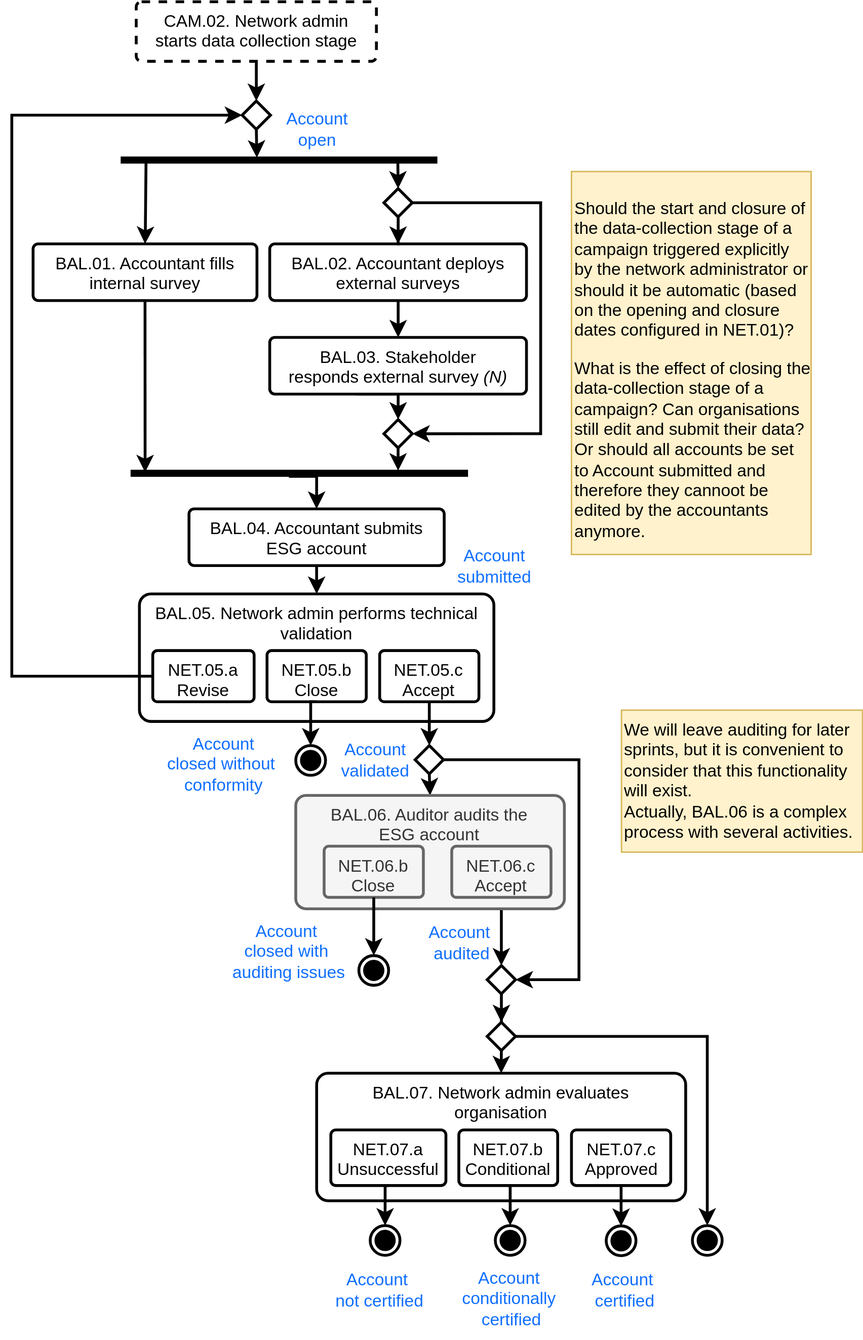
The draw.io diagram Process/ProcessACC.svg in Show-your-Heart/ShowYourHeart-docs, before a commit. Source tidied: cells renumbered, new cells last; positions are measured from the earlier drawing's top-left corner, leaving out a move shared by most shapes.
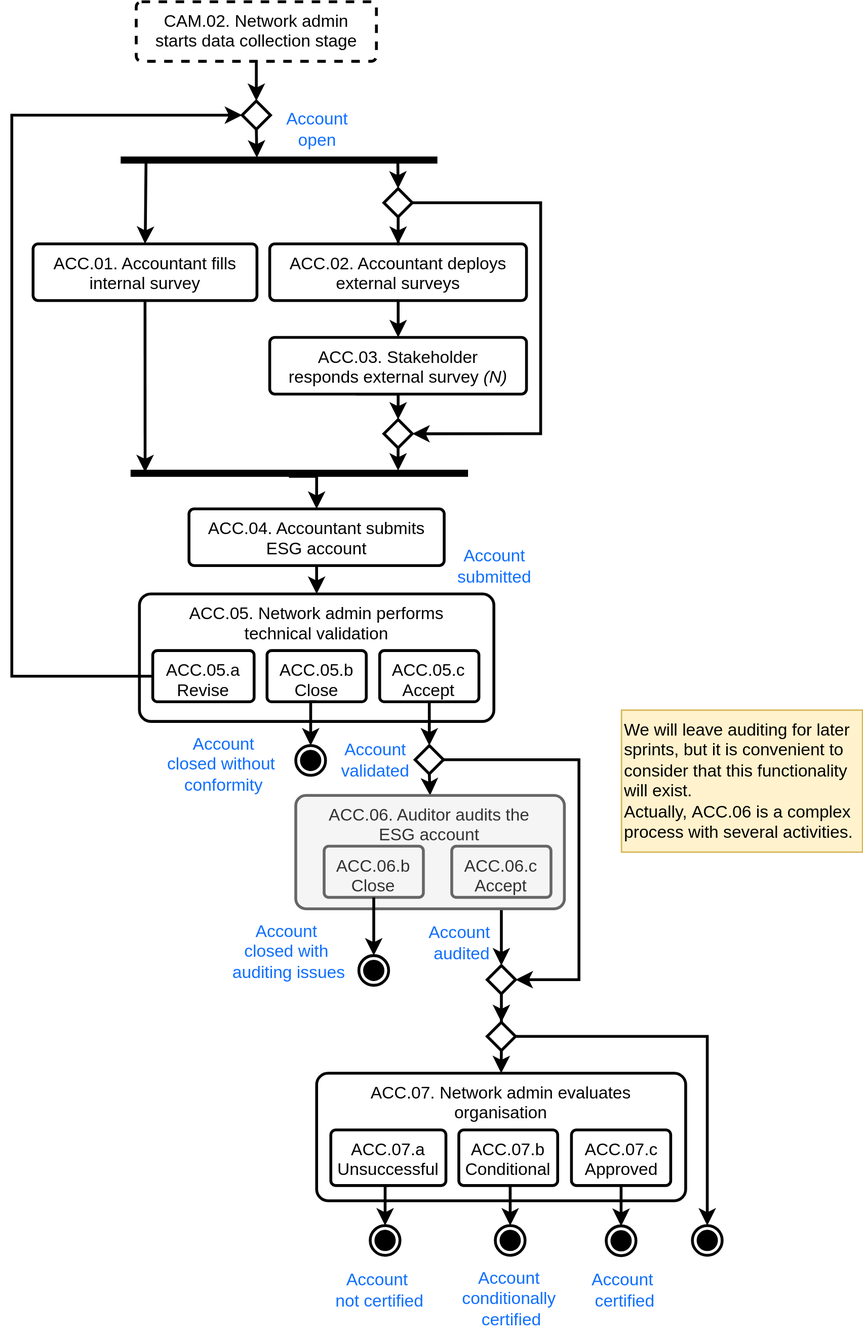
After the commit.

What changed in the source:
```diff
@@ -5,7 +5,7 @@
     <mxCell id="2" style="edgeStyle=none;rounded=0;jettySize=auto;html=1;entryX=0.5;entryY=0;entryDx=0;entryDy=0;strokeWidth=2;exitX=0.5;exitY=1;exitDx=0;exitDy=0;" parent="1" edge="1" source="7" target="3">
       <mxGeometry relative="1" as="geometry" />
     </mxCell>
-    <mxCell id="3" value="BAL.05. Network admin performs technical validation" style="rounded=1;whiteSpace=wrap;html=1;shadow=0;verticalAlign=top;spacingLeft=10;spacingRight=10;arcSize=9;strokeWidth=2;" parent="1" vertex="1">
+    <mxCell id="3" value="ACC.05. Network admin performs technical validation" style="rounded=1;whiteSpace=wrap;html=1;shadow=0;verticalAlign=top;spacingLeft=10;spacingRight=10;arcSize=9;strokeWidth=2;" parent="1" vertex="1">
       <mxGeometry x="90" y="417.8" width="250" height="90" as="geometry" />
     </mxCell>
     <mxCell id="4" style="rounded=0;jumpStyle=sharp;jettySize=auto;html=1;exitX=0.5;exitY=1;exitDx=0;exitDy=0;entryX=0.16;entryY=0.57;entryDx=0;entryDy=0;strokeWidth=2;entryPerimeter=0;" parent="1" edge="1" source="37" target="10">
@@ -14,10 +14,10 @@
     <mxCell id="5" style="edgeStyle=orthogonalEdgeStyle;rounded=0;jettySize=auto;html=1;strokeWidth=2;" parent="1" edge="1" source="6" target="21">
       <mxGeometry relative="1" as="geometry" />
     </mxCell>
-    <mxCell id="6" value="BAL.02. Accountant deploys external surveys" style="rounded=1;whiteSpace=wrap;html=1;shadow=0;verticalAlign=top;spacingLeft=10;spacingRight=10;arcSize=9;strokeWidth=2;" parent="1" vertex="1">
+    <mxCell id="6" value="ACC.02. Accountant deploys external surveys" style="rounded=1;whiteSpace=wrap;html=1;shadow=0;verticalAlign=top;spacingLeft=10;spacingRight=10;arcSize=9;strokeWidth=2;" parent="1" vertex="1">
       <mxGeometry x="181.9" y="170.8" width="181.1" height="40" as="geometry" />
     </mxCell>
-    <mxCell id="7" value="BAL.04. Accountant submits ESG account" style="rounded=1;whiteSpace=wrap;html=1;shadow=0;verticalAlign=top;spacingLeft=10;spacingRight=10;arcSize=9;strokeWidth=2;" parent="1" vertex="1">
+    <mxCell id="7" value="ACC.04. Accountant submits ESG account" style="rounded=1;whiteSpace=wrap;html=1;shadow=0;verticalAlign=top;spacingLeft=10;spacingRight=10;arcSize=9;strokeWidth=2;" parent="1" vertex="1">
       <mxGeometry x="125" y="357.8" width="180" height="40" as="geometry" />
     </mxCell>
     <mxCell id="8" style="edgeStyle=orthogonalEdgeStyle;rounded=0;jumpStyle=sharp;jettySize=auto;html=1;exitX=0.5;exitY=1;exitDx=0;exitDy=0;strokeWidth=2;entryX=0.359;entryY=0.957;entryDx=0;entryDy=0;entryPerimeter=0;" parent="1" edge="1" source="20" target="13">
@@ -65,15 +65,12 @@
         </Array>
       </mxGeometry>
     </mxCell>
-    <mxCell id="20" value="BAL.01. Accountant fills internal survey " style="rounded=1;whiteSpace=wrap;html=1;shadow=0;verticalAlign=top;spacingLeft=10;spacingRight=10;arcSize=9;strokeWidth=2;" parent="1" vertex="1">
+    <mxCell id="20" value="ACC.01. Accountant fills internal survey " style="rounded=1;whiteSpace=wrap;html=1;shadow=0;verticalAlign=top;spacingLeft=10;spacingRight=10;arcSize=9;strokeWidth=2;" parent="1" vertex="1">
       <mxGeometry x="15" y="170.8" width="157.9" height="40" as="geometry" />
     </mxCell>
-    <mxCell id="21" value="BAL.03. Stakeholder responds external survey &lt;i&gt;(N)&lt;/i&gt;" style="rounded=1;whiteSpace=wrap;html=1;shadow=0;verticalAlign=top;spacingLeft=10;spacingRight=10;arcSize=9;strokeWidth=2;" parent="1" vertex="1">
+    <mxCell id="21" value="ACC.03. Stakeholder responds external survey &lt;i&gt;(N)&lt;/i&gt;" style="rounded=1;whiteSpace=wrap;html=1;shadow=0;verticalAlign=top;spacingLeft=10;spacingRight=10;arcSize=9;strokeWidth=2;" parent="1" vertex="1">
       <mxGeometry x="181.9" y="236.8" width="181.1" height="40" as="geometry" />
     </mxCell>
-    <mxCell id="22" value="&lt;p&gt;Should the start and closure of the data-collection stage of a campaign triggered explicitly by the network administrator or should it be automatic (based on the opening and closure dates configured in NET.01)?&amp;nbsp;&lt;/p&gt;&lt;p&gt;What is the effect of closing the data-collection stage of a campaign? Can organisations still edit and submit their data? Or should all accounts be set to Account submitted and therefore they cannoot be edited by the accountants anymore. &lt;br&gt;&lt;/p&gt;" style="text;html=1;whiteSpace=wrap;overflow=hidden;rounded=0;fillColor=#fff2cc;strokeColor=#d6b656;" parent="1" vertex="1">
-      <mxGeometry x="394.7" y="119.8" width="169" height="270.2" as="geometry" />
-    </mxCell>
     <mxCell id="23" style="edgeStyle=orthogonalEdgeStyle;rounded=0;jumpStyle=sharp;jettySize=auto;html=1;entryX=0.5;entryY=0;entryDx=0;entryDy=0;startArrow=none;exitX=0.5;exitY=1;exitDx=0;exitDy=0;strokeWidth=2;" parent="1" edge="1" source="32" target="25">
       <mxGeometry relative="1" as="geometry" />
     </mxCell>
@@ -100,22 +97,22 @@
     <mxCell id="29" style="edgeStyle=orthogonalEdgeStyle;rounded=0;jumpStyle=sharp;jettySize=auto;html=1;exitX=0.5;exitY=1;exitDx=0;exitDy=0;strokeWidth=2;" parent="1" edge="1" source="26" target="54">
       <mxGeometry relative="1" as="geometry" />
     </mxCell>
-    <mxCell id="30" value="NET.05.a Revise" style="rounded=1;whiteSpace=wrap;html=1;shadow=0;verticalAlign=top;spacingLeft=10;spacingRight=10;arcSize=9;strokeWidth=2;" parent="1" vertex="1">
+    <mxCell id="30" value="ACC.05.a Revise" style="rounded=1;whiteSpace=wrap;html=1;shadow=0;verticalAlign=top;spacingLeft=10;spacingRight=10;arcSize=9;strokeWidth=2;" parent="1" vertex="1">
       <mxGeometry x="99.4" y="457.8" width="71.5" height="36.1" as="geometry" />
     </mxCell>
-    <mxCell id="31" value="NET.05.b&lt;div&gt;Close&lt;br&gt;&lt;/div&gt;" style="rounded=1;whiteSpace=wrap;html=1;shadow=0;verticalAlign=top;spacingLeft=10;spacingRight=10;arcSize=9;strokeWidth=2;" parent="1" vertex="1">
+    <mxCell id="31" value="ACC.05.b&lt;div&gt;Close&lt;br&gt;&lt;/div&gt;" style="rounded=1;whiteSpace=wrap;html=1;shadow=0;verticalAlign=top;spacingLeft=10;spacingRight=10;arcSize=9;strokeWidth=2;" parent="1" vertex="1">
       <mxGeometry x="180" y="457.8" width="70" height="36.1" as="geometry" />
     </mxCell>
-    <mxCell id="32" value="NET.05.c&lt;div&gt;Accept&lt;br&gt;&lt;/div&gt;" style="rounded=1;whiteSpace=wrap;html=1;shadow=0;verticalAlign=top;spacingLeft=10;spacingRight=10;arcSize=9;strokeWidth=2;" parent="1" vertex="1">
+    <mxCell id="32" value="ACC.05.c&lt;div&gt;Accept&lt;br&gt;&lt;/div&gt;" style="rounded=1;whiteSpace=wrap;html=1;shadow=0;verticalAlign=top;spacingLeft=10;spacingRight=10;arcSize=9;strokeWidth=2;" parent="1" vertex="1">
       <mxGeometry x="259.5" y="457.8" width="70" height="36.1" as="geometry" />
     </mxCell>
-    <mxCell id="33" value="BAL.06. Auditor audits the ESG account" style="rounded=1;whiteSpace=wrap;html=1;shadow=0;verticalAlign=top;spacingLeft=10;spacingRight=10;arcSize=9;strokeWidth=2;fillColor=#f5f5f5;fontColor=#333333;strokeColor=#666666;" parent="1" vertex="1">
+    <mxCell id="33" value="ACC.06. Auditor audits the ESG account" style="rounded=1;whiteSpace=wrap;html=1;shadow=0;verticalAlign=top;spacingLeft=10;spacingRight=10;arcSize=9;strokeWidth=2;fillColor=#f5f5f5;fontColor=#333333;strokeColor=#666666;" parent="1" vertex="1">
       <mxGeometry x="200.3" y="560" width="189.4" height="80" as="geometry" />
     </mxCell>
-    <mxCell id="34" value="NET.06.b&lt;div&gt;Close&lt;br&gt;&lt;/div&gt;" style="rounded=1;whiteSpace=wrap;html=1;shadow=0;verticalAlign=top;spacingLeft=10;spacingRight=10;arcSize=9;strokeWidth=2;fillColor=#f5f5f5;fontColor=#333333;strokeColor=#666666;" parent="1" vertex="1">
+    <mxCell id="34" value="ACC.06.b&lt;div&gt;Close&lt;br&gt;&lt;/div&gt;" style="rounded=1;whiteSpace=wrap;html=1;shadow=0;verticalAlign=top;spacingLeft=10;spacingRight=10;arcSize=9;strokeWidth=2;fillColor=#f5f5f5;fontColor=#333333;strokeColor=#666666;" parent="1" vertex="1">
       <mxGeometry x="220.3" y="595.8" width="70" height="36.1" as="geometry" />
     </mxCell>
-    <mxCell id="35" value="NET.06.c&lt;div&gt;Accept&lt;br&gt;&lt;/div&gt;" style="rounded=1;whiteSpace=wrap;html=1;shadow=0;verticalAlign=top;spacingLeft=10;spacingRight=10;arcSize=9;strokeWidth=2;fillColor=#f5f5f5;fontColor=#333333;strokeColor=#666666;" parent="1" vertex="1">
+    <mxCell id="35" value="ACC.06.c&lt;div&gt;Accept&lt;br&gt;&lt;/div&gt;" style="rounded=1;whiteSpace=wrap;html=1;shadow=0;verticalAlign=top;spacingLeft=10;spacingRight=10;arcSize=9;strokeWidth=2;fillColor=#f5f5f5;fontColor=#333333;strokeColor=#666666;" parent="1" vertex="1">
       <mxGeometry x="310.3" y="595.8" width="70" height="36.1" as="geometry" />
     </mxCell>
     <mxCell id="36" style="rounded=0;jumpStyle=sharp;jettySize=auto;html=1;exitX=0.5;exitY=1;exitDx=0;exitDy=0;entryX=0.5;entryY=0;entryDx=0;entryDy=0;strokeWidth=2;" parent="1" edge="1" source="67" target="37">
@@ -162,19 +159,19 @@
     <mxCell id="48" style="ellipse;html=1;shape=endState;fillColor=#000000;strokeColor=#000000;strokeWidth=2;" parent="1" vertex="1">
       <mxGeometry x="244.8" y="673" width="21" height="21" as="geometry" />
     </mxCell>
-    <mxCell id="49" value="BAL.07. Network admin evaluates organisation" style="rounded=1;whiteSpace=wrap;html=1;shadow=0;verticalAlign=top;spacingLeft=10;spacingRight=10;arcSize=9;strokeWidth=2;" parent="1" vertex="1">
+    <mxCell id="49" value="ACC.07. Network admin evaluates organisation" style="rounded=1;whiteSpace=wrap;html=1;shadow=0;verticalAlign=top;spacingLeft=10;spacingRight=10;arcSize=9;strokeWidth=2;" parent="1" vertex="1">
       <mxGeometry x="215" y="756" width="260.3" height="90" as="geometry" />
     </mxCell>
-    <mxCell id="50" value="NET.07.a Unsuccessful" style="rounded=1;whiteSpace=wrap;html=1;shadow=0;verticalAlign=top;spacingLeft=10;spacingRight=10;arcSize=9;strokeWidth=2;" parent="1" vertex="1">
+    <mxCell id="50" value="ACC.07.a Unsuccessful" style="rounded=1;whiteSpace=wrap;html=1;shadow=0;verticalAlign=top;spacingLeft=10;spacingRight=10;arcSize=9;strokeWidth=2;" parent="1" vertex="1">
       <mxGeometry x="225" y="796" width="81.2" height="39.2" as="geometry" />
     </mxCell>
-    <mxCell id="51" value="NET.07.b&lt;div&gt;Conditional&lt;/div&gt;" style="rounded=1;whiteSpace=wrap;html=1;shadow=0;verticalAlign=top;spacingLeft=10;spacingRight=10;arcSize=9;strokeWidth=2;" parent="1" vertex="1">
+    <mxCell id="51" value="ACC.07.b&lt;div&gt;Conditional&lt;/div&gt;" style="rounded=1;whiteSpace=wrap;html=1;shadow=0;verticalAlign=top;spacingLeft=10;spacingRight=10;arcSize=9;strokeWidth=2;" parent="1" vertex="1">
       <mxGeometry x="315.3" y="796" width="69.7" height="39.2" as="geometry" />
     </mxCell>
     <mxCell id="52" style="edgeStyle=orthogonalEdgeStyle;rounded=0;jettySize=auto;html=1;" parent="1" edge="1" source="53" target="61">
       <mxGeometry relative="1" as="geometry" />
     </mxCell>
-    <mxCell id="53" value="NET.07.c&lt;div&gt;Approved&lt;br&gt;&lt;/div&gt;" style="rounded=1;whiteSpace=wrap;html=1;shadow=0;verticalAlign=top;spacingLeft=10;spacingRight=10;arcSize=9;strokeWidth=2;" parent="1" vertex="1">
+    <mxCell id="53" value="ACC.07.c&lt;div&gt;Approved&lt;br&gt;&lt;/div&gt;" style="rounded=1;whiteSpace=wrap;html=1;shadow=0;verticalAlign=top;spacingLeft=10;spacingRight=10;arcSize=9;strokeWidth=2;" parent="1" vertex="1">
       <mxGeometry x="394.7" y="796" width="70" height="39.2" as="geometry" />
     </mxCell>
     <mxCell id="54" style="rhombus;whiteSpace=wrap;html=1;strokeWidth=2;" parent="1" vertex="1">
@@ -223,7 +220,7 @@
     <mxCell id="67" value="CAM.02.&amp;nbsp;Network admin starts data collection stage" style="rounded=1;whiteSpace=wrap;html=1;shadow=0;verticalAlign=top;spacingLeft=10;spacingRight=10;arcSize=9;strokeWidth=2;dashed=1;" parent="1" vertex="1">
       <mxGeometry x="87.8" width="169.4" height="42" as="geometry" />
     </mxCell>
-    <mxCell id="68" value="&lt;div&gt;We will leave auditing for later sprints, but it is convenient to consider that this functionality will exist.&lt;/div&gt;&lt;div&gt;Actually, BAL.06 is a complex process with several activities.&lt;br&gt;&lt;/div&gt;&lt;div&gt;&lt;br&gt;&lt;/div&gt;" style="text;html=1;whiteSpace=wrap;overflow=hidden;rounded=0;fillColor=#fff2cc;strokeColor=#d6b656;" parent="1" vertex="1">
+    <mxCell id="68" value="&lt;div&gt;We will leave auditing for later sprints, but it is convenient to consider that this functionality will exist.&lt;/div&gt;&lt;div&gt;Actually,&amp;nbsp;ACC.06 is a complex process with several activities.&lt;br&gt;&lt;/div&gt;&lt;div&gt;&lt;br&gt;&lt;/div&gt;" style="text;html=1;whiteSpace=wrap;overflow=hidden;rounded=0;fillColor=#fff2cc;strokeColor=#d6b656;" parent="1" vertex="1">
       <mxGeometry x="430" y="499.8" width="170" height="100.2" as="geometry" />
     </mxCell>
   </root>
```
